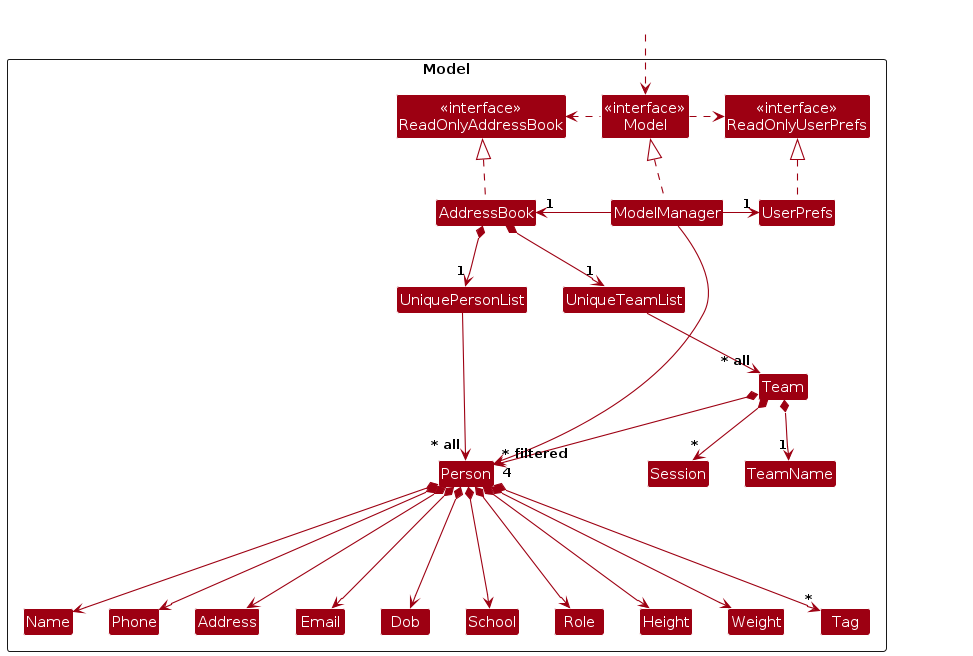
The PlantUML diagram diagrams/ModelClassDiagram.png in AY2526S1-CS2103-F13-1/tp, before a commit. Its source is kept beside it as diagrams/ModelClassDiagram.puml.
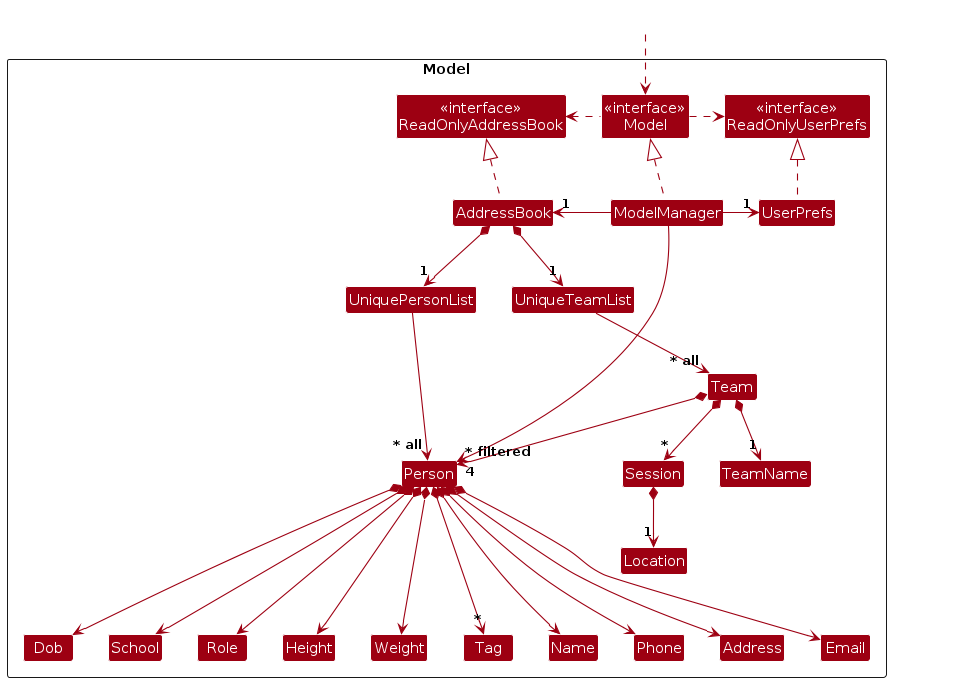
Above is the later version.

Diff of the diagram source:
```diff
@@ -27,7 +27,21 @@
 Class Role
 Class Height
 Class Weight
-Class Session
+Class Session {
+  +startDate : LocalDateTime
+  +endDate : LocalDateTime
+  +formatter : DateTimeFormatter
+  +location : Location
+  +MESSAGE_CONSTRAINTS : String
+  +SESSION_ORDER : Comparator<Session>
+  +getLocation() : Location
+  +getStartDate() : LocalDateTime
+  +getEndDate() : LocalDateTime
+  +equals(Object) : boolean
+  +hashCode() : int
+  +toString() : String
+}
+Class Location
 
 Class I #FFFFFF
 }
@@ -63,6 +77,8 @@
 Team *--> "*" Session
 Team *--> "1" TeamName
 
+Session *--> "1" Location
+
 Person -[hidden]up--> I
 UniquePersonList -[hidden]right-> I
 
@@ -77,6 +93,7 @@
 Weight -[hidden]right-> Tag
 
 Team -[hidden]down-> _Spacer
+Session -[hidden]down-> _Spacer
 
 class _Spacer #FFFFFF
 ModelManager -[hidden]-> _Spacer
```
